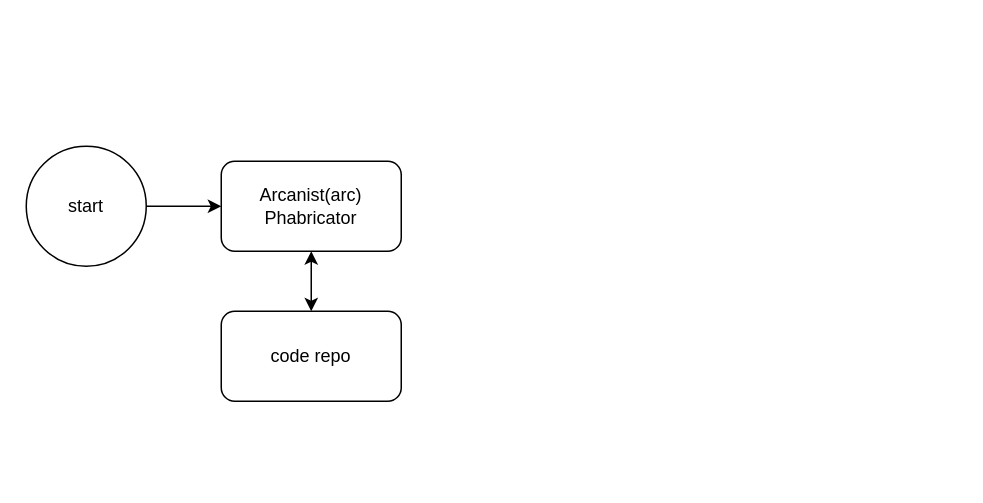
wurh/myDesignDoc keeps this draw.io diagram as 自动驾驶学习/rider_workflow.drawio. Above is the earlier version. Source tidied: cells renumbered, new cells numbered last; positions are measured from the earlier drawing's top-left corner, leaving out a move shared by most shapes. Both pictures are drawn from the tidied source at 150%, with x=0, y=0 at pixel (26, 146).
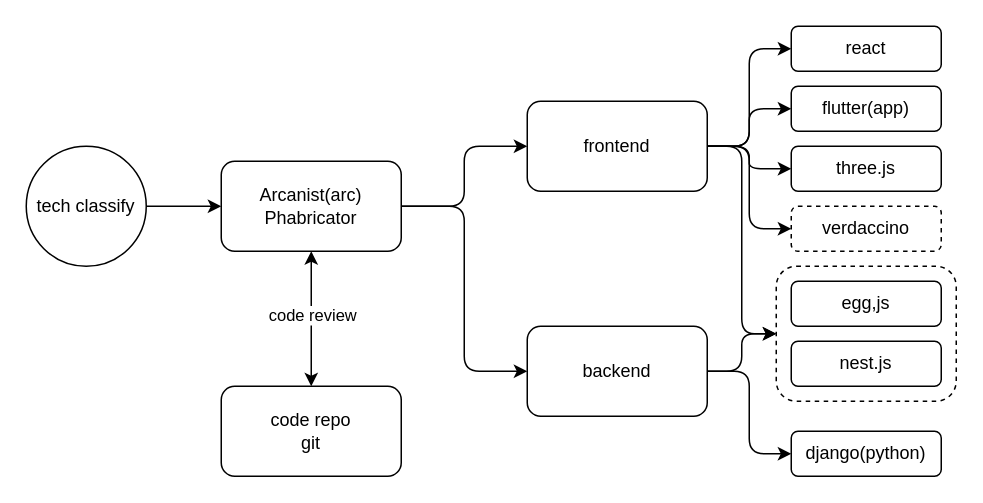
The same diagram, later.

Unchanged cells that the change refers to:
```xml
<mxCell id="4" value="Arcanist(arc)&lt;br&gt;Phabricator" style="rounded=1;whiteSpace=wrap;html=1;" parent="1" vertex="1">
  <mxGeometry x="130" y="10" width="120" height="60" as="geometry" />
</mxCell>
<mxCell id="6" style="endArrow=classic;startArrow=classic;html=1;entryX=0.5;entryY=1;entryDx=0;entryDy=0;exitX=0.5;exitY=0;exitDx=0;exitDy=0;" parent="1" edge="1" source="5" target="4">
  <mxGeometry relative="1" as="geometry" />
</mxCell>
```

Change to the diagram source:
```diff
@@
+    <mxCell id="7" style="rounded=1;whiteSpace=wrap;html=1;dashed=1;" parent="1" vertex="1">
+      <mxGeometry x="500" y="80" width="120" height="90" as="geometry" />
+    </mxCell>
@@
-    <mxCell id="3" value="start" style="ellipse;whiteSpace=wrap;html=1;" parent="1" vertex="1">
+    <mxCell id="3" value="tech classify" style="ellipse;whiteSpace=wrap;html=1;" parent="1" vertex="1">
       <mxGeometry width="80" height="80" as="geometry" />
     </mxCell>
@@
-    <mxCell id="5" value="code repo" style="rounded=1;whiteSpace=wrap;html=1;" parent="1" vertex="1">
-      <mxGeometry x="130" y="110" width="120" height="60" as="geometry" />
+    <mxCell id="5" value="code repo&lt;br&gt;git" style="rounded=1;whiteSpace=wrap;html=1;" parent="1" vertex="1">
+      <mxGeometry x="130" y="160" width="120" height="60" as="geometry" />
     </mxCell>
@@
+    <mxCell id="8" value="code review" style="edgeLabel;html=1;align=center;verticalAlign=middle;" parent="6" vertex="1">
+      <mxGeometry x="0.07" relative="1" as="geometry" />
+    </mxCell>
+    <mxCell id="9" value="backend" style="rounded=1;whiteSpace=wrap;html=1;" parent="1" vertex="1">
+      <mxGeometry x="334" y="120" width="120" height="60" as="geometry" />
+    </mxCell>
+    <mxCell id="10" value="frontend" style="rounded=1;whiteSpace=wrap;html=1;" parent="1" vertex="1">
+      <mxGeometry x="334" y="-30" width="120" height="60" as="geometry" />
+    </mxCell>
+    <mxCell id="11" style="endArrow=classic;html=1;exitX=1;exitY=0.5;exitDx=0;exitDy=0;entryX=0;entryY=0.5;entryDx=0;entryDy=0;edgeStyle=orthogonalEdgeStyle;" parent="1" edge="1" source="4" target="10">
+      <mxGeometry relative="1" as="geometry" />
+    </mxCell>
+    <mxCell id="12" style="endArrow=classic;html=1;exitX=1;exitY=0.5;exitDx=0;exitDy=0;entryX=0;entryY=0.5;entryDx=0;entryDy=0;edgeStyle=orthogonalEdgeStyle;" parent="1" edge="1" source="4" target="9">
+      <mxGeometry relative="1" as="geometry" />
+    </mxCell>
+    <mxCell id="13" value="react" style="rounded=1;whiteSpace=wrap;html=1;" parent="1" vertex="1">
+      <mxGeometry x="510" y="-80" width="100" height="30" as="geometry" />
+    </mxCell>
+    <mxCell id="14" value="flutter(app)" style="rounded=1;whiteSpace=wrap;html=1;" parent="1" vertex="1">
+      <mxGeometry x="510" y="-40" width="100" height="30" as="geometry" />
+    </mxCell>
+    <mxCell id="15" value="three.js" style="rounded=1;whiteSpace=wrap;html=1;" parent="1" vertex="1">
+      <mxGeometry x="510" width="100" height="30" as="geometry" />
+    </mxCell>
+    <mxCell id="16" style="endArrow=classic;html=1;exitX=1;exitY=0.5;exitDx=0;exitDy=0;entryX=0;entryY=0.5;entryDx=0;entryDy=0;edgeStyle=orthogonalEdgeStyle;" parent="1" edge="1" source="10" target="13">
+      <mxGeometry relative="1" as="geometry" />
+    </mxCell>
+    <mxCell id="17" style="endArrow=classic;html=1;exitX=1;exitY=0.5;exitDx=0;exitDy=0;entryX=0;entryY=0.5;entryDx=0;entryDy=0;edgeStyle=orthogonalEdgeStyle;" parent="1" edge="1" source="10" target="14">
+      <mxGeometry relative="1" as="geometry" />
+    </mxCell>
+    <mxCell id="18" style="endArrow=classic;html=1;exitX=1;exitY=0.5;exitDx=0;exitDy=0;entryX=0;entryY=0.5;entryDx=0;entryDy=0;edgeStyle=orthogonalEdgeStyle;" parent="1" edge="1" source="10" target="15">
+      <mxGeometry relative="1" as="geometry" />
+    </mxCell>
+    <mxCell id="19" value="verdaccino" style="rounded=1;whiteSpace=wrap;html=1;dashed=1;" parent="1" vertex="1">
+      <mxGeometry x="510" y="40" width="100" height="30" as="geometry" />
+    </mxCell>
+    <mxCell id="20" style="endArrow=classic;html=1;exitX=1;exitY=0.5;exitDx=0;exitDy=0;entryX=0;entryY=0.5;entryDx=0;entryDy=0;edgeStyle=orthogonalEdgeStyle;" parent="1" edge="1" source="10" target="19">
+      <mxGeometry relative="1" as="geometry" />
+    </mxCell>
+    <mxCell id="21" value="egg,js" style="rounded=1;whiteSpace=wrap;html=1;" parent="1" vertex="1">
+      <mxGeometry x="510" y="90" width="100" height="30" as="geometry" />
+    </mxCell>
+    <mxCell id="22" value="nest.js" style="rounded=1;whiteSpace=wrap;html=1;" parent="1" vertex="1">
+      <mxGeometry x="510" y="130" width="100" height="30" as="geometry" />
+    </mxCell>
+    <mxCell id="23" style="endArrow=classic;html=1;exitX=1;exitY=0.5;exitDx=0;exitDy=0;entryX=0;entryY=0.5;entryDx=0;entryDy=0;edgeStyle=orthogonalEdgeStyle;" parent="1" edge="1" source="10" target="7">
+      <mxGeometry relative="1" as="geometry" />
+    </mxCell>
+    <mxCell id="24" style="endArrow=classic;html=1;exitX=1;exitY=0.5;exitDx=0;exitDy=0;entryX=0;entryY=0.5;entryDx=0;entryDy=0;edgeStyle=orthogonalEdgeStyle;" parent="1" edge="1" source="9" target="7">
+      <mxGeometry relative="1" as="geometry" />
+    </mxCell>
+    <mxCell id="25" value="django(python)" style="rounded=1;whiteSpace=wrap;html=1;" parent="1" vertex="1">
+      <mxGeometry x="510" y="190" width="100" height="30" as="geometry" />
+    </mxCell>
+    <mxCell id="26" style="endArrow=classic;html=1;exitX=1;exitY=0.5;exitDx=0;exitDy=0;entryX=0;entryY=0.5;entryDx=0;entryDy=0;edgeStyle=orthogonalEdgeStyle;" parent="1" edge="1" source="9" target="25">
+      <mxGeometry relative="1" as="geometry" />
+    </mxCell>
```
